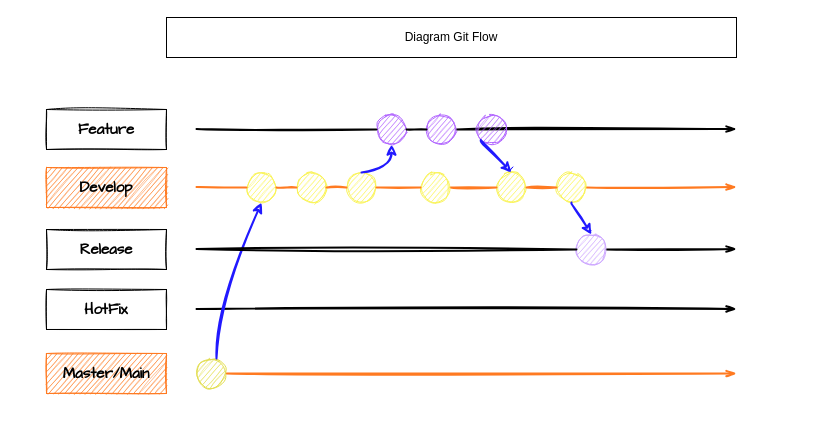
This is public/new-diagram-gitflow.drawio from alepmedeiros/laughing-succotash, a draw.io file, before an edit. Source tidied: cells renumbered, new cells numbered last; positions are measured from the earlier drawing's top-left corner, leaving out a move shared by most shapes. Both pictures are drawn from the tidied source at 100%, with x=0, y=0 at pixel (46, 17).
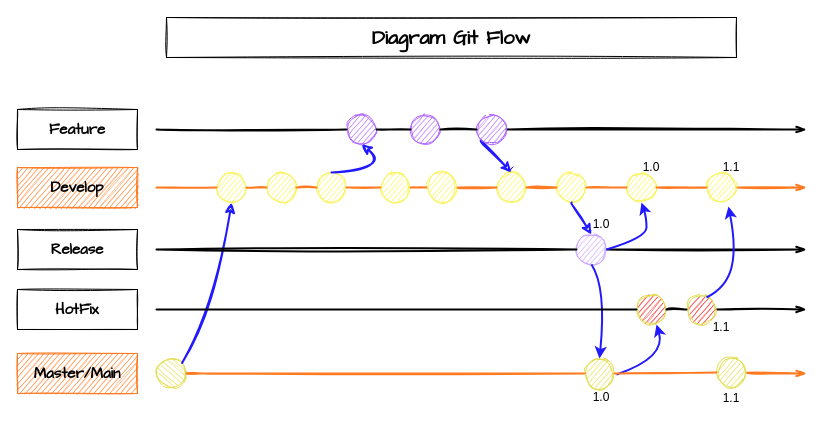
The same diagram, later.

Unchanged cells that the change refers to:
```xml
<mxCell id="28" style="ellipse;whiteSpace=wrap;html=1;sketch=1;fontFamily=Comic Sans MS;fontSize=15;fontColor=#6B6B6B;strokeColor=#FAF457;fillColor=#FAF457;" parent="1" vertex="1">
  <mxGeometry x="450" y="155" width="30" height="30" as="geometry" />
</mxCell>
<mxCell id="33" style="ellipse;whiteSpace=wrap;html=1;sketch=1;fontFamily=Comic Sans MS;fontSize=15;fontColor=#6B6B6B;strokeColor=#FAF457;fillColor=#FAF457;" parent="1" vertex="1">
  <mxGeometry x="510" y="155" width="30" height="30" as="geometry" />
</mxCell>
<mxCell id="35" style="ellipse;whiteSpace=wrap;html=1;sketch=1;fontFamily=Comic Sans MS;fontSize=15;fontColor=#6B6B6B;strokeColor=#CEA8FF;fillColor=#CEA8FF;" parent="1" vertex="1">
  <mxGeometry x="530" y="217" width="30" height="30" as="geometry" />
</mxCell>
```

Diff of the diagram source:
```diff
@@
     <mxCell id="2" value="Feature" style="rounded=0;whiteSpace=wrap;html=1;fontFamily=Comic Sans MS;fontSize=15;sketch=1;fontStyle=1;" parent="1" vertex="1">
-      <mxGeometry y="92" width="120" height="40" as="geometry" />
+      <mxGeometry x="-29" y="92" width="120" height="40" as="geometry" />
     </mxCell>
     <mxCell id="3" value="Release" style="rounded=0;whiteSpace=wrap;html=1;fontFamily=Comic Sans MS;fontSize=15;sketch=1;fontStyle=1;" parent="1" vertex="1">
-      <mxGeometry y="212" width="120" height="40" as="geometry" />
+      <mxGeometry x="-29" y="212" width="120" height="40" as="geometry" />
     </mxCell>
     <mxCell id="4" value="HotFix" style="rounded=0;whiteSpace=wrap;html=1;fontFamily=Comic Sans MS;fontSize=15;sketch=1;fontStyle=1;" parent="1" vertex="1">
-      <mxGeometry y="272" width="120" height="40" as="geometry" />
+      <mxGeometry x="-29" y="272" width="120" height="40" as="geometry" />
     </mxCell>
     <mxCell id="5" value="Master/Main" style="rounded=0;whiteSpace=wrap;html=1;fontFamily=Comic Sans MS;fontSize=15;sketch=1;strokeColor=#FF7A21;fillColor=#FF7A21;fontStyle=1;" parent="1" vertex="1">
-      <mxGeometry y="336" width="120" height="40" as="geometry" />
+      <mxGeometry x="-29" y="336" width="120" height="40" as="geometry" />
     </mxCell>
-    <mxCell id="6" style="endArrow=openThin;html=1;rounded=0;strokeWidth=2;sketch=1;endFill=0;shadow=0;jumpStyle=none;strokeColor=#FF7A21;startArrow=none;" parent="1" edge="1" source="13">
+    <mxCell id="6" style="endArrow=openThin;html=1;rounded=0;strokeWidth=2;sketch=1;endFill=0;shadow=0;jumpStyle=none;strokeColor=#FF7A21;startArrow=none;" parent="1" edge="1" source="51">
       <mxGeometry relative="1" as="geometry">
-        <mxPoint x="690" y="356" as="targetPoint" />
+        <mxPoint x="760" y="356" as="targetPoint" />
       </mxGeometry>
     </mxCell>
-    <mxCell id="7" style="endArrow=openThin;html=1;rounded=0;strokeWidth=2;sketch=1;endFill=0;shadow=0;jumpStyle=none;" parent="1" edge="1">
+    <mxCell id="7" style="endArrow=openThin;html=1;rounded=0;strokeWidth=2;sketch=1;endFill=0;shadow=0;jumpStyle=none;startArrow=none;" parent="1" edge="1" source="49">
       <mxGeometry relative="1" as="geometry">
-        <mxPoint x="150" y="291.5" as="sourcePoint" />
-        <mxPoint x="690" y="291.5" as="targetPoint" />
+        <mxPoint x="760" y="292" as="targetPoint" />
       </mxGeometry>
     </mxCell>
     <mxCell id="8" style="endArrow=openThin;html=1;rounded=0;strokeWidth=2;sketch=1;endFill=0;shadow=0;jumpStyle=none;startArrow=none;" parent="1" edge="1" source="35">
       <mxGeometry relative="1" as="geometry">
-        <mxPoint x="690" y="231.5" as="targetPoint" />
+        <mxPoint x="760" y="232" as="targetPoint" />
       </mxGeometry>
     </mxCell>
-    <mxCell id="9" style="endArrow=openThin;html=1;rounded=0;strokeWidth=2;sketch=1;endFill=0;shadow=0;jumpStyle=none;startArrow=none;" parent="1" edge="1" source="25">
+    <mxCell id="9" style="endArrow=openThin;html=1;rounded=0;strokeWidth=2;sketch=1;endFill=0;shadow=0;jumpStyle=none;startArrow=none;" parent="1" edge="1" source="27">
       <mxGeometry relative="1" as="geometry">
-        <mxPoint x="690" y="111.5" as="targetPoint" />
+        <mxPoint x="760" y="112" as="targetPoint" />
       </mxGeometry>
     </mxCell>
-    <mxCell id="10" value="Diagram Git Flow" style="rounded=0;whiteSpace=wrap;html=1;" parent="1" vertex="1">
+    <mxCell id="10" value="Diagram Git Flow" style="rounded=0;whiteSpace=wrap;html=1;sketch=1;fontFamily=Comic Sans MS;fontStyle=1;fontSize=20;" parent="1" vertex="1">
       <mxGeometry x="120" width="570" height="40" as="geometry" />
     </mxCell>
     <mxCell id="11" value="Develop" style="rounded=0;whiteSpace=wrap;html=1;fontFamily=Comic Sans MS;fontSize=15;sketch=1;strokeColor=#FF7A21;fillColor=#FF7A21;fontStyle=1;" parent="1" vertex="1">
-      <mxGeometry y="150" width="120" height="40" as="geometry" />
+      <mxGeometry x="-29" y="150" width="120" height="40" as="geometry" />
     </mxCell>
-    <mxCell id="12" style="endArrow=openThin;html=1;rounded=0;strokeWidth=2;sketch=1;endFill=0;shadow=0;jumpStyle=none;strokeColor=#FF7A21;startArrow=none;" parent="1" edge="1" source="33">
+    <mxCell id="12" style="endArrow=openThin;html=1;rounded=0;strokeWidth=2;sketch=1;endFill=0;shadow=0;jumpStyle=none;strokeColor=#FF7A21;startArrow=none;" parent="1" edge="1" source="58">
       <mxGeometry relative="1" as="geometry">
-        <mxPoint x="690" y="169.5" as="targetPoint" />
+        <mxPoint x="760" y="170" as="targetPoint" />
       </mxGeometry>
     </mxCell>
+    <mxCell id="14" style="endArrow=none;html=1;rounded=0;strokeWidth=2;sketch=1;endFill=0;shadow=0;jumpStyle=none;strokeColor=#FF7A21;" parent="1" edge="1" target="13">
+      <mxGeometry relative="1" as="geometry">
+        <mxPoint x="150" y="356" as="sourcePoint" />
+      </mxGeometry>
+    </mxCell>
-    <mxCell id="13" style="ellipse;whiteSpace=wrap;html=1;sketch=1;fontFamily=Comic Sans MS;fontSize=15;fontColor=#6B6B6B;strokeColor=#E3DE4F;fillColor=#E3DE4F;" parent="1" vertex="1">
-      <mxGeometry x="150" y="341" width="30" height="30" as="geometry" />
+    <mxCell id="13" style="ellipse;whiteSpace=wrap;html=1;sketch=1;fontFamily=Comic Sans MS;fontSize=15;fontColor=#6B6B6B;strokeColor=#E3DE4F;fillColor=#E3DE4F;direction=south;" parent="1" vertex="1">
+      <mxGeometry x="110" y="341" width="30" height="30" as="geometry" />
     </mxCell>
-    <mxCell id="14" style="endArrow=none;html=1;rounded=0;strokeWidth=2;sketch=1;endFill=0;shadow=0;jumpStyle=none;strokeColor=#FF7A21;" parent="1" edge="1" target="13">
-      <mxGeometry relative="1" as="geometry">
-        <mxPoint x="150" y="356" as="sourcePoint" />
-      </mxGeometry>
-    </mxCell>
-    <mxCell id="15" style="curved=1;endArrow=classic;html=1;rounded=0;shadow=0;sketch=1;fontFamily=Comic Sans MS;fontSize=15;fontColor=#6B6B6B;strokeColor=#2119FF;strokeWidth=2;jumpStyle=none;entryX=0.5;entryY=1;entryDx=0;entryDy=0;" parent="1" edge="1" target="16">
+    <mxCell id="15" style="curved=1;endArrow=classic;html=1;rounded=0;shadow=0;sketch=1;fontFamily=Comic Sans MS;fontSize=15;fontColor=#6B6B6B;strokeColor=#2119FF;strokeWidth=2;jumpStyle=none;entryX=0.5;entryY=1;entryDx=0;entryDy=0;exitX=0;exitY=0;exitDx=0;exitDy=0;" parent="1" edge="1" source="13" target="16">
       <mxGeometry relative="1" as="geometry">
-        <mxPoint x="170" y="341" as="sourcePoint" />
         <Array as="points">
           <mxPoint x="170" y="291" />
         </Array>
       </mxGeometry>
     </mxCell>
     <mxCell id="16" style="ellipse;whiteSpace=wrap;html=1;sketch=1;fontFamily=Comic Sans MS;fontSize=15;fontColor=#6B6B6B;strokeColor=#FAF457;fillColor=#FAF457;" parent="1" vertex="1">
-      <mxGeometry x="200" y="155" width="30" height="30" as="geometry" />
+      <mxGeometry x="170" y="155" width="30" height="30" as="geometry" />
     </mxCell>
     <mxCell id="17" style="endArrow=none;html=1;rounded=0;strokeWidth=2;sketch=1;endFill=0;shadow=0;jumpStyle=none;strokeColor=#FF7A21;" parent="1" edge="1" target="16">
       <mxGeometry relative="1" as="geometry">
-        <mxPoint x="150" y="169.5" as="sourcePoint" />
+        <mxPoint x="110" y="170" as="sourcePoint" />
       </mxGeometry>
     </mxCell>
     <mxCell id="18" style="ellipse;whiteSpace=wrap;html=1;sketch=1;fontFamily=Comic Sans MS;fontSize=15;fontColor=#6B6B6B;strokeColor=#FAF457;fillColor=#FAF457;" parent="1" vertex="1">
-      <mxGeometry x="250" y="155" width="30" height="30" as="geometry" />
+      <mxGeometry x="220" y="155" width="30" height="30" as="geometry" />
     </mxCell>
@@
     <mxCell id="20" style="ellipse;whiteSpace=wrap;html=1;sketch=1;fontFamily=Comic Sans MS;fontSize=15;fontColor=#6B6B6B;strokeColor=#B266FF;fillColor=#B266FF;" parent="1" vertex="1">
-      <mxGeometry x="330" y="97" width="30" height="30" as="geometry" />
+      <mxGeometry x="300" y="97" width="30" height="30" as="geometry" />
     </mxCell>
     <mxCell id="21" style="endArrow=none;html=1;rounded=0;strokeWidth=2;sketch=1;endFill=0;shadow=0;jumpStyle=none;" parent="1" edge="1" target="20">
       <mxGeometry relative="1" as="geometry">
-        <mxPoint x="150" y="111.5" as="sourcePoint" />
+        <mxPoint x="110" y="112" as="sourcePoint" />
       </mxGeometry>
     </mxCell>
     <mxCell id="22" style="ellipse;whiteSpace=wrap;html=1;sketch=1;fontFamily=Comic Sans MS;fontSize=15;fontColor=#6B6B6B;strokeColor=#FAF457;fillColor=#FAF457;" parent="1" vertex="1">
-      <mxGeometry x="300" y="155" width="30" height="30" as="geometry" />
+      <mxGeometry x="270" y="155" width="30" height="30" as="geometry" />
     </mxCell>
@@
     <mxCell id="25" style="ellipse;whiteSpace=wrap;html=1;sketch=1;fontFamily=Comic Sans MS;fontSize=15;fontColor=#6B6B6B;strokeColor=#B266FF;fillColor=#B266FF;" parent="1" vertex="1">
-      <mxGeometry x="380" y="97" width="30" height="30" as="geometry" />
+      <mxGeometry x="364" y="97" width="30" height="30" as="geometry" />
     </mxCell>
@@
-    <mxCell id="27" style="ellipse;whiteSpace=wrap;html=1;sketch=1;fontFamily=Comic Sans MS;fontSize=15;fontColor=#6B6B6B;strokeColor=#B266FF;fillColor=#B266FF;" parent="1" vertex="1">
-      <mxGeometry x="430" y="97" width="30" height="30" as="geometry" />
-    </mxCell>
@@
-    <mxCell id="29" style="endArrow=none;html=1;rounded=0;strokeWidth=2;sketch=1;endFill=0;shadow=0;jumpStyle=none;strokeColor=#FF7A21;startArrow=none;" parent="1" edge="1" source="31" target="28">
+    <mxCell id="29" style="endArrow=none;html=1;rounded=0;strokeWidth=2;sketch=1;endFill=0;shadow=0;jumpStyle=none;strokeColor=#FF7A21;startArrow=none;" parent="1" edge="1" source="41" target="28">
       <mxGeometry relative="1" as="geometry" />
     </mxCell>
@@
     <mxCell id="31" style="ellipse;whiteSpace=wrap;html=1;sketch=1;fontFamily=Comic Sans MS;fontSize=15;fontColor=#6B6B6B;strokeColor=#FAF457;fillColor=#FAF457;" parent="1" vertex="1">
-      <mxGeometry x="374" y="155" width="30" height="30" as="geometry" />
+      <mxGeometry x="334" y="155" width="30" height="30" as="geometry" />
     </mxCell>
@@
     <mxCell id="36" style="endArrow=none;html=1;rounded=0;strokeWidth=2;sketch=1;endFill=0;shadow=0;jumpStyle=none;" parent="1" edge="1" target="35">
       <mxGeometry relative="1" as="geometry">
-        <mxPoint x="150" y="231.5" as="sourcePoint" />
+        <mxPoint x="110" y="232" as="sourcePoint" />
       </mxGeometry>
     </mxCell>
@@
+    <mxCell id="38" value="1.0" style="text;html=1;strokeColor=none;fillColor=none;align=center;verticalAlign=middle;whiteSpace=wrap;rounded=0;" parent="1" vertex="1">
+      <mxGeometry x="540" y="197" width="30" height="20" as="geometry" />
+    </mxCell>
+    <mxCell id="39" style="ellipse;whiteSpace=wrap;html=1;sketch=1;fontFamily=Comic Sans MS;fontSize=15;fontColor=#6B6B6B;strokeColor=#E3DE4F;fillColor=#E3DE4F;" parent="1" vertex="1">
+      <mxGeometry x="538" y="341" width="30" height="30" as="geometry" />
+    </mxCell>
+    <mxCell id="40" style="endArrow=none;html=1;rounded=0;strokeWidth=2;sketch=1;endFill=0;shadow=0;jumpStyle=none;strokeColor=#FF7A21;startArrow=none;" parent="1" edge="1" target="39">
+      <mxGeometry relative="1" as="geometry">
+        <mxPoint x="140" y="356" as="sourcePoint" />
+        <Array as="points">
+          <mxPoint x="170" y="356" />
+        </Array>
+      </mxGeometry>
+    </mxCell>
+    <mxCell id="41" style="ellipse;whiteSpace=wrap;html=1;sketch=1;fontFamily=Comic Sans MS;fontSize=15;fontColor=#6B6B6B;strokeColor=#FAF457;fillColor=#FAF457;" parent="1" vertex="1">
+      <mxGeometry x="380" y="155" width="30" height="30" as="geometry" />
+    </mxCell>
+    <mxCell id="42" style="endArrow=none;html=1;rounded=0;strokeWidth=2;sketch=1;endFill=0;shadow=0;jumpStyle=none;strokeColor=#FF7A21;startArrow=none;" parent="1" edge="1" source="31" target="41">
+      <mxGeometry relative="1" as="geometry" />
+    </mxCell>
+    <mxCell id="27" style="ellipse;whiteSpace=wrap;html=1;sketch=1;fontFamily=Comic Sans MS;fontSize=15;fontColor=#6B6B6B;strokeColor=#B266FF;fillColor=#B266FF;" parent="1" vertex="1">
+      <mxGeometry x="430" y="97" width="30" height="30" as="geometry" />
+    </mxCell>
+    <mxCell id="43" style="endArrow=none;html=1;rounded=0;strokeWidth=2;sketch=1;endFill=0;shadow=0;jumpStyle=none;startArrow=none;" parent="1" edge="1" source="25" target="27">
+      <mxGeometry relative="1" as="geometry" />
+    </mxCell>
+    <mxCell id="44" value="1.0" style="text;html=1;strokeColor=none;fillColor=none;align=center;verticalAlign=middle;whiteSpace=wrap;rounded=0;" parent="1" vertex="1">
+      <mxGeometry x="540" y="370" width="30" height="20" as="geometry" />
+    </mxCell>
+    <mxCell id="45" style="curved=1;endArrow=classic;html=1;rounded=0;fontFamily=Comic Sans MS;fontSize=20;entryX=0.5;entryY=0;entryDx=0;entryDy=0;exitX=0.5;exitY=1;exitDx=0;exitDy=0;strokeWidth=2;strokeColor=#2119FF;" parent="1" edge="1" source="35" target="39">
+      <mxGeometry relative="1" as="geometry">
+        <Array as="points">
+          <mxPoint x="560" y="270" />
+        </Array>
+      </mxGeometry>
+    </mxCell>
+    <mxCell id="46" style="ellipse;whiteSpace=wrap;html=1;sketch=1;fontFamily=Comic Sans MS;fontSize=15;fontColor=#6B6B6B;strokeColor=#E3DE4F;fillColor=#FF0000;" parent="1" vertex="1">
+      <mxGeometry x="590" y="277" width="30" height="30" as="geometry" />
+    </mxCell>
+    <mxCell id="47" style="endArrow=none;html=1;rounded=0;strokeWidth=2;sketch=1;endFill=0;shadow=0;jumpStyle=none;" parent="1" edge="1" target="46">
+      <mxGeometry relative="1" as="geometry">
+        <mxPoint x="110" y="292" as="sourcePoint" />
+      </mxGeometry>
+    </mxCell>
+    <mxCell id="48" style="curved=1;endArrow=classic;html=1;rounded=0;fontFamily=Comic Sans MS;fontSize=20;strokeColor=#2119FF;strokeWidth=2;" parent="1" edge="1">
+      <mxGeometry relative="1" as="geometry">
+        <mxPoint x="570" y="357" as="sourcePoint" />
+        <mxPoint x="610" y="307" as="targetPoint" />
+        <Array as="points">
+          <mxPoint x="620" y="340" />
+        </Array>
+      </mxGeometry>
+    </mxCell>
+    <mxCell id="49" style="ellipse;whiteSpace=wrap;html=1;sketch=1;fontFamily=Comic Sans MS;fontSize=15;fontColor=#6B6B6B;strokeColor=#E3DE4F;fillColor=#FF0000;" parent="1" vertex="1">
+      <mxGeometry x="640" y="277" width="30" height="30" as="geometry" />
+    </mxCell>
+    <mxCell id="50" style="endArrow=none;html=1;rounded=0;strokeWidth=2;sketch=1;endFill=0;shadow=0;jumpStyle=none;startArrow=none;" parent="1" edge="1" source="46" target="49">
+      <mxGeometry relative="1" as="geometry" />
+    </mxCell>
+    <mxCell id="51" style="ellipse;whiteSpace=wrap;html=1;sketch=1;fontFamily=Comic Sans MS;fontSize=15;fontColor=#6B6B6B;strokeColor=#E3DE4F;fillColor=#E3DE4F;" parent="1" vertex="1">
+      <mxGeometry x="670" y="340" width="30" height="30" as="geometry" />
+    </mxCell>
+    <mxCell id="52" style="endArrow=none;html=1;rounded=0;strokeWidth=2;sketch=1;endFill=0;shadow=0;jumpStyle=none;strokeColor=#FF7A21;startArrow=none;" parent="1" edge="1" source="39" target="51">
+      <mxGeometry relative="1" as="geometry" />
+    </mxCell>
+    <mxCell id="53" value="1.1" style="text;html=1;strokeColor=none;fillColor=none;align=center;verticalAlign=middle;whiteSpace=wrap;rounded=0;" parent="1" vertex="1">
+      <mxGeometry x="670" y="371" width="30" height="20" as="geometry" />
+    </mxCell>
+    <mxCell id="54" value="1.1" style="text;html=1;strokeColor=none;fillColor=none;align=center;verticalAlign=middle;whiteSpace=wrap;rounded=0;" parent="1" vertex="1">
+      <mxGeometry x="660" y="300" width="30" height="20" as="geometry" />
+    </mxCell>
+    <mxCell id="55" style="curved=1;endArrow=classic;html=1;rounded=0;fontFamily=Comic Sans MS;fontSize=20;strokeColor=#2119FF;strokeWidth=2;entryX=0.733;entryY=1.133;entryDx=0;entryDy=0;entryPerimeter=0;" parent="1" edge="1" target="58">
+      <mxGeometry relative="1" as="geometry">
+        <mxPoint x="660" y="280" as="sourcePoint" />
+        <Array as="points">
+          <mxPoint x="680" y="270" />
+          <mxPoint x="690" y="230" />
+        </Array>
+      </mxGeometry>
+    </mxCell>
+    <mxCell id="56" style="ellipse;whiteSpace=wrap;html=1;sketch=1;fontFamily=Comic Sans MS;fontSize=15;fontColor=#6B6B6B;strokeColor=#FAF457;fillColor=#FAF457;" parent="1" vertex="1">
+      <mxGeometry x="580" y="155" width="30" height="30" as="geometry" />
+    </mxCell>
+    <mxCell id="57" style="endArrow=none;html=1;rounded=0;strokeWidth=2;sketch=1;endFill=0;shadow=0;jumpStyle=none;strokeColor=#FF7A21;startArrow=none;" parent="1" edge="1" source="33" target="56">
+      <mxGeometry relative="1" as="geometry" />
+    </mxCell>
+    <mxCell id="58" style="ellipse;whiteSpace=wrap;html=1;sketch=1;fontFamily=Comic Sans MS;fontSize=15;fontColor=#6B6B6B;strokeColor=#FAF457;fillColor=#FAF457;" parent="1" vertex="1">
+      <mxGeometry x="660" y="155" width="30" height="30" as="geometry" />
+    </mxCell>
+    <mxCell id="59" style="endArrow=none;html=1;rounded=0;strokeWidth=2;sketch=1;endFill=0;shadow=0;jumpStyle=none;strokeColor=#FF7A21;startArrow=none;" parent="1" edge="1" source="56" target="58">
+      <mxGeometry relative="1" as="geometry" />
+    </mxCell>
+    <mxCell id="60" value="1.1" style="text;html=1;strokeColor=none;fillColor=none;align=center;verticalAlign=middle;whiteSpace=wrap;rounded=0;" parent="1" vertex="1">
+      <mxGeometry x="670" y="140" width="30" height="20" as="geometry" />
+    </mxCell>
+    <mxCell id="61" value="1.0" style="text;html=1;strokeColor=none;fillColor=none;align=center;verticalAlign=middle;whiteSpace=wrap;rounded=0;" parent="1" vertex="1">
+      <mxGeometry x="590" y="140" width="30" height="20" as="geometry" />
+    </mxCell>
+    <mxCell id="62" style="curved=1;endArrow=classic;html=1;rounded=0;fontFamily=Comic Sans MS;fontSize=20;strokeColor=#2119FF;strokeWidth=2;entryX=0.5;entryY=1;entryDx=0;entryDy=0;" parent="1" edge="1" target="56">
+      <mxGeometry relative="1" as="geometry">
+        <mxPoint x="560" y="232" as="sourcePoint" />
+        <Array as="points">
+          <mxPoint x="600" y="220" />
+          <mxPoint x="600" y="200" />
+        </Array>
+      </mxGeometry>
+    </mxCell>
```
